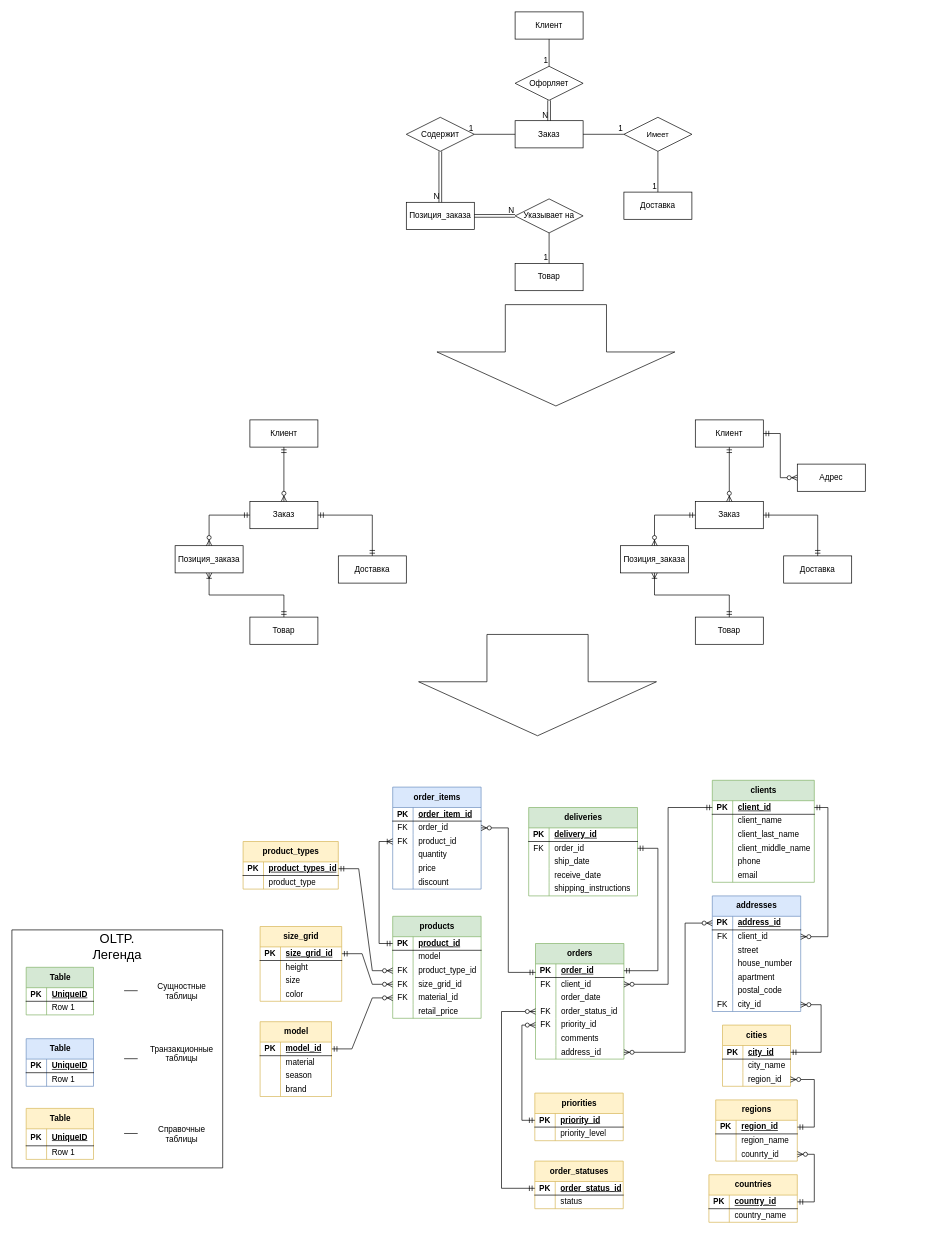
Above: ER-диаграмма.drawio in chibrus/bd_project (draw.io), before the change. Source tidied: cells renumbered, new cells numbered last; positions are measured from the earlier drawing's top-left corner, leaving out a move shared by most shapes. Both pictures are drawn from the tidied source at 68%, with x=0, y=0 at pixel (12, 12).
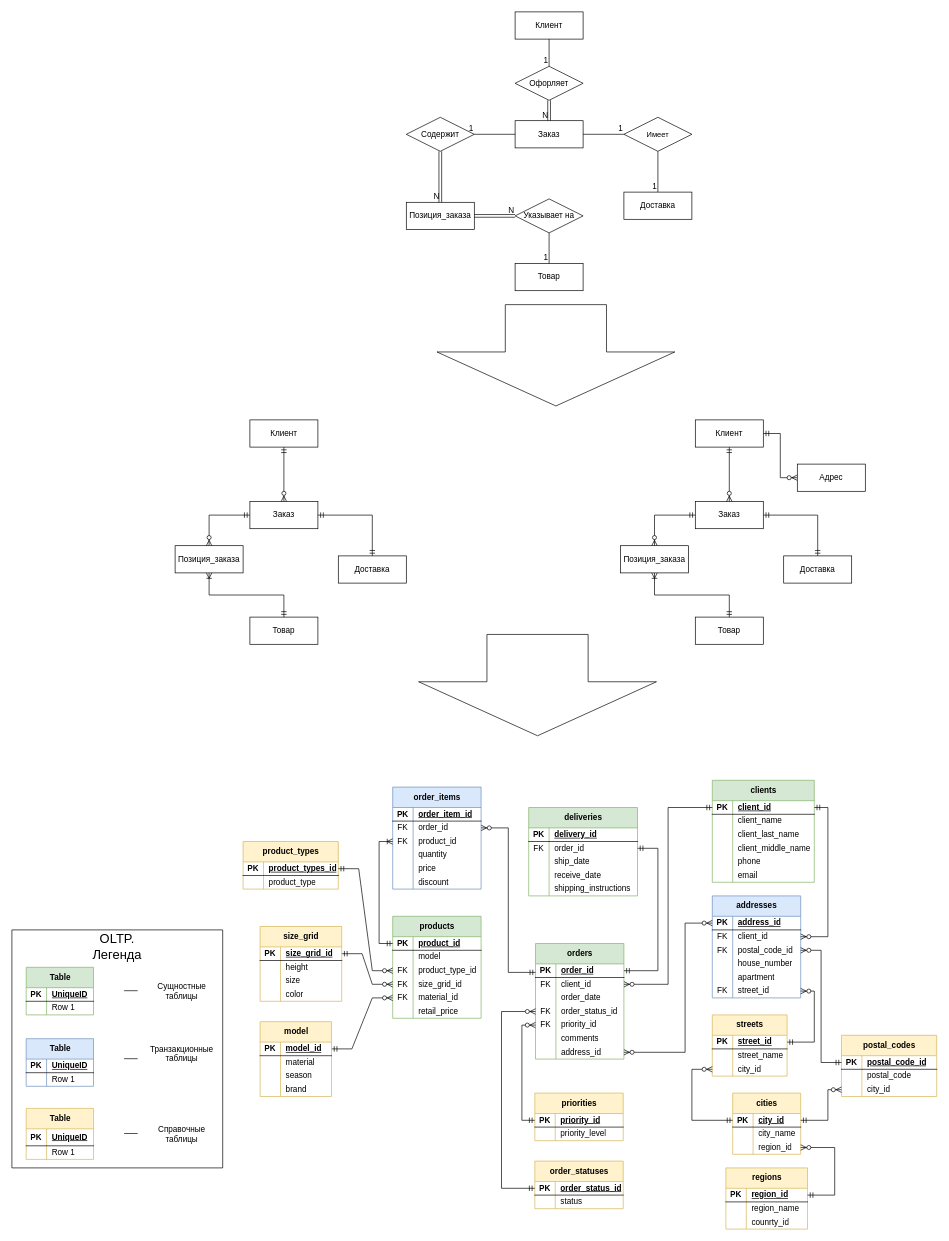
After the change.

The change refers to these unchanged cells:
```xml
<mxCell id="91" style="shape=tableRow;horizontal=0;startSize=0;swimlaneHead=0;swimlaneBody=0;fillColor=none;points=[[0,0.5],[1,0.5]];portConstraint=eastwest;top=0;left=0;right=0;bottom=0;" parent="84" vertex="1">
  <mxGeometry y="70" width="130" height="20" as="geometry" />
</mxCell>
<mxCell id="107" style="shape=tableRow;horizontal=0;startSize=0;swimlaneHead=0;swimlaneBody=0;fillColor=none;points=[[0,0.5],[1,0.5]];portConstraint=eastwest;top=0;left=0;right=0;bottom=1;" parent="106" vertex="1">
  <mxGeometry y="30" width="100" height="20" as="geometry" />
</mxCell>
<mxCell id="113" style="shape=tableRow;horizontal=0;startSize=0;swimlaneHead=0;swimlaneBody=0;fillColor=none;points=[[0,0.5],[1,0.5]];portConstraint=eastwest;top=0;left=0;right=0;bottom=0;" parent="106" vertex="1">
  <mxGeometry y="70" width="100" height="20" as="geometry" />
</mxCell>
<mxCell id="117" style="shape=tableRow;horizontal=0;startSize=0;swimlaneHead=0;swimlaneBody=0;fillColor=none;points=[[0,0.5],[1,0.5]];portConstraint=eastwest;top=0;left=0;right=0;bottom=1;" parent="116" vertex="1">
  <mxGeometry y="30" width="120" height="20" as="geometry" />
</mxCell>
<mxCell id="123" style="shape=tableRow;horizontal=0;startSize=0;swimlaneHead=0;swimlaneBody=0;fillColor=none;points=[[0,0.5],[1,0.5]];portConstraint=eastwest;top=0;left=0;right=0;bottom=0;" parent="116" vertex="1">
  <mxGeometry y="70" width="120" height="20" as="geometry" />
</mxCell>
```

The edit, as a diff of the source:
```diff
@@
     <mxCell id="84" value="addresses" style="shape=table;startSize=30;childLayout=tableLayout;rowLines=0;fontStyle=1;align=center;html=1;fillColor=#dae8fc;strokeColor=#6c8ebf;" parent="1" vertex="1">
-      <mxGeometry x="1030" y="1300" width="130" height="170" as="geometry" />
+      <mxGeometry x="1030" y="1300" width="130" height="150" as="geometry" />
     </mxCell>
@@
-    <mxCell id="92" style="shape=partialRectangle;fillColor=none;top=0;left=0;bottom=0;right=0;overflow=hidden;whiteSpace=wrap;html=1;" parent="91" vertex="1">
-      <mxGeometry width="30" height="20" as="geometry" />
-    </mxCell>
-    <mxCell id="93" value="street" style="shape=partialRectangle;fillColor=none;top=0;left=0;bottom=0;right=0;align=left;spacingLeft=6;overflow=hidden;whiteSpace=wrap;html=1;" parent="91" vertex="1">
-      <mxGeometry x="30" width="100" height="20" as="geometry" />
-    </mxCell>
+    <mxCell id="283" value="FK" style="shape=partialRectangle;fillColor=none;top=0;left=0;bottom=0;right=0;overflow=hidden;whiteSpace=wrap;html=1;" parent="91" vertex="1">
+      <mxGeometry width="30" height="20" as="geometry" />
+    </mxCell>
+    <mxCell id="284" value="postal_code_id" style="shape=partialRectangle;fillColor=none;top=0;left=0;bottom=0;right=0;align=left;spacingLeft=6;overflow=hidden;whiteSpace=wrap;html=1;" parent="91" vertex="1">
+      <mxGeometry x="30" width="100" height="20" as="geometry" />
+    </mxCell>
@@
-    <mxCell id="100" style="shape=tableRow;horizontal=0;startSize=0;swimlaneHead=0;swimlaneBody=0;fillColor=none;top=0;left=0;right=0;bottom=0;" parent="84" vertex="1">
-      <mxGeometry y="130" width="130" height="20" as="geometry" />
-    </mxCell>
-    <mxCell id="101" style="shape=partialRectangle;fillColor=none;top=0;left=0;bottom=0;right=0;overflow=hidden;whiteSpace=wrap;html=1;" parent="100" vertex="1">
-      <mxGeometry width="30" height="20" as="geometry" />
-    </mxCell>
-    <mxCell id="102" value="postal_code" style="shape=partialRectangle;fillColor=none;top=0;left=0;bottom=0;right=0;align=left;spacingLeft=6;overflow=hidden;whiteSpace=wrap;html=1;" parent="100" vertex="1">
-      <mxGeometry x="30" width="100" height="20" as="geometry" />
-    </mxCell>
     <mxCell id="103" style="shape=tableRow;horizontal=0;startSize=0;swimlaneHead=0;swimlaneBody=0;fillColor=none;points=[[0,0.5],[1,0.5]];portConstraint=eastwest;top=0;left=0;right=0;bottom=0;" parent="84" vertex="1">
-      <mxGeometry y="150" width="130" height="20" as="geometry" />
+      <mxGeometry y="130" width="130" height="20" as="geometry" />
     </mxCell>
@@
-    <mxCell id="105" value="city_id" style="shape=partialRectangle;fillColor=none;top=0;left=0;bottom=0;right=0;align=left;spacingLeft=6;overflow=hidden;whiteSpace=wrap;html=1;" parent="103" vertex="1">
+    <mxCell id="105" value="street_id" style="shape=partialRectangle;fillColor=none;top=0;left=0;bottom=0;right=0;align=left;spacingLeft=6;overflow=hidden;whiteSpace=wrap;html=1;" parent="103" vertex="1">
       <mxGeometry x="30" width="100" height="20" as="geometry" />
     </mxCell>
     <mxCell id="106" value="cities" style="shape=table;startSize=30;childLayout=tableLayout;rowLines=0;fontStyle=1;align=center;html=1;fillColor=#fff2cc;strokeColor=#d6b656;" parent="1" vertex="1">
-      <mxGeometry x="1045" y="1490" width="100" height="90" as="geometry" />
+      <mxGeometry x="1060" y="1590" width="100" height="90" as="geometry" />
     </mxCell>
@@
     <mxCell id="116" value="regions" style="shape=table;startSize=30;childLayout=tableLayout;rowLines=0;fontStyle=1;align=center;html=1;fillColor=#fff2cc;strokeColor=#d6b656;" parent="1" vertex="1">
-      <mxGeometry x="1035" y="1600" width="120" height="90" as="geometry" />
+      <mxGeometry x="1050" y="1700" width="120" height="90" as="geometry" />
     </mxCell>
@@
-    <mxCell id="126" value="countries" style="shape=table;startSize=30;childLayout=tableLayout;rowLines=0;fontStyle=1;align=center;html=1;fillColor=#fff2cc;strokeColor=#d6b656;" parent="1" vertex="1">
-      <mxGeometry x="1025" y="1710" width="130" height="70" as="geometry" />
-    </mxCell>
-    <mxCell id="127" style="shape=tableRow;horizontal=0;startSize=0;swimlaneHead=0;swimlaneBody=0;fillColor=none;points=[[0,0.5],[1,0.5]];portConstraint=eastwest;top=0;left=0;right=0;bottom=1;" parent="126" vertex="1">
-      <mxGeometry y="30" width="130" height="20" as="geometry" />
-    </mxCell>
-    <mxCell id="128" value="PK" style="shape=partialRectangle;fillColor=none;top=0;left=0;bottom=0;right=0;fontStyle=1;overflow=hidden;whiteSpace=wrap;html=1;" parent="127" vertex="1">
-      <mxGeometry width="30" height="20" as="geometry" />
-    </mxCell>
-    <mxCell id="129" value="country_id" style="shape=partialRectangle;fillColor=none;top=0;left=0;bottom=0;right=0;align=left;spacingLeft=6;fontStyle=5;overflow=hidden;whiteSpace=wrap;html=1;" parent="127" vertex="1">
-      <mxGeometry x="30" width="100" height="20" as="geometry" />
-    </mxCell>
-    <mxCell id="130" style="shape=tableRow;horizontal=0;startSize=0;swimlaneHead=0;swimlaneBody=0;fillColor=none;top=0;left=0;right=0;bottom=0;" parent="126" vertex="1">
-      <mxGeometry y="50" width="130" height="20" as="geometry" />
-    </mxCell>
-    <mxCell id="131" style="shape=partialRectangle;fillColor=none;top=0;left=0;bottom=0;right=0;overflow=hidden;whiteSpace=wrap;html=1;" parent="130" vertex="1">
-      <mxGeometry width="30" height="20" as="geometry" />
-    </mxCell>
-    <mxCell id="132" value="country_name" style="shape=partialRectangle;fillColor=none;top=0;left=0;bottom=0;right=0;align=left;spacingLeft=6;overflow=hidden;whiteSpace=wrap;html=1;" parent="130" vertex="1">
-      <mxGeometry x="30" width="100" height="20" as="geometry" />
-    </mxCell>
@@
-    <mxCell id="239" style="fontSize=12;html=1;endArrow=ERzeroToMany;startArrow=ERmandOne;rounded=0;exitX=1;exitY=0.5;exitDx=0;exitDy=0;entryX=1;entryY=0.5;entryDx=0;entryDy=0;edgeStyle=orthogonalEdgeStyle;" parent="1" edge="1" source="107" target="103">
-      <mxGeometry relative="1" as="geometry">
-        <Array as="points">
-          <mxPoint x="1190" y="1530" />
-          <mxPoint x="1190" y="1460" />
-        </Array>
-      </mxGeometry>
-    </mxCell>
     <mxCell id="240" style="fontSize=12;html=1;endArrow=ERzeroToMany;startArrow=ERmandOne;rounded=0;exitX=1;exitY=0.5;exitDx=0;exitDy=0;entryX=1;entryY=0.5;entryDx=0;entryDy=0;edgeStyle=orthogonalEdgeStyle;" parent="1" edge="1" source="117" target="113">
       <mxGeometry relative="1" as="geometry">
         <Array as="points">
-          <mxPoint x="1180" y="1640" />
-          <mxPoint x="1180" y="1570" />
+          <mxPoint x="1210" y="1740" />
+          <mxPoint x="1210" y="1670" />
         </Array>
       </mxGeometry>
     </mxCell>
-    <mxCell id="241" style="fontSize=12;html=1;endArrow=ERzeroToMany;startArrow=ERmandOne;rounded=0;exitX=1;exitY=0.5;exitDx=0;exitDy=0;entryX=1;entryY=0.5;entryDx=0;entryDy=0;edgeStyle=orthogonalEdgeStyle;" parent="1" edge="1" source="127" target="123">
-      <mxGeometry relative="1" as="geometry">
-        <Array as="points">
-          <mxPoint x="1180" y="1750" />
-          <mxPoint x="1180" y="1680" />
-        </Array>
-      </mxGeometry>
-    </mxCell>
@@
+    <mxCell id="285" value="streets" style="shape=table;startSize=30;childLayout=tableLayout;rowLines=0;fontStyle=1;align=center;html=1;fillColor=#fff2cc;strokeColor=#d6b656;" parent="1" vertex="1">
+      <mxGeometry x="1030" y="1475" width="110" height="90" as="geometry" />
+    </mxCell>
+    <mxCell id="286" style="shape=tableRow;horizontal=0;startSize=0;swimlaneHead=0;swimlaneBody=0;fillColor=none;points=[[0,0.5],[1,0.5]];portConstraint=eastwest;top=0;left=0;right=0;bottom=1;" parent="285" vertex="1">
+      <mxGeometry y="30" width="110" height="20" as="geometry" />
+    </mxCell>
+    <mxCell id="287" value="PK" style="shape=partialRectangle;fillColor=none;top=0;left=0;bottom=0;right=0;fontStyle=1;overflow=hidden;whiteSpace=wrap;html=1;" parent="286" vertex="1">
+      <mxGeometry width="30" height="20" as="geometry" />
+    </mxCell>
+    <mxCell id="288" value="street_id" style="shape=partialRectangle;fillColor=none;top=0;left=0;bottom=0;right=0;align=left;spacingLeft=6;fontStyle=5;overflow=hidden;whiteSpace=wrap;html=1;" parent="286" vertex="1">
+      <mxGeometry x="30" width="80" height="20" as="geometry" />
+    </mxCell>
+    <mxCell id="289" style="shape=tableRow;horizontal=0;startSize=0;swimlaneHead=0;swimlaneBody=0;fillColor=none;top=0;left=0;right=0;bottom=0;" parent="285" vertex="1">
+      <mxGeometry y="50" width="110" height="20" as="geometry" />
+    </mxCell>
+    <mxCell id="290" style="shape=partialRectangle;fillColor=none;top=0;left=0;bottom=0;right=0;overflow=hidden;whiteSpace=wrap;html=1;" parent="289" vertex="1">
+      <mxGeometry width="30" height="20" as="geometry" />
+    </mxCell>
+    <mxCell id="291" value="street_name" style="shape=partialRectangle;fillColor=none;top=0;left=0;bottom=0;right=0;align=left;spacingLeft=6;overflow=hidden;whiteSpace=wrap;html=1;" parent="289" vertex="1">
+      <mxGeometry x="30" width="80" height="20" as="geometry" />
+    </mxCell>
+    <mxCell id="292" style="shape=tableRow;horizontal=0;startSize=0;swimlaneHead=0;swimlaneBody=0;fillColor=none;points=[[0,0.5],[1,0.5]];portConstraint=eastwest;top=0;left=0;right=0;bottom=0;" parent="285" vertex="1">
+      <mxGeometry y="70" width="110" height="20" as="geometry" />
+    </mxCell>
+    <mxCell id="293" style="shape=partialRectangle;fillColor=none;top=0;left=0;bottom=0;right=0;overflow=hidden;whiteSpace=wrap;html=1;" parent="292" vertex="1">
+      <mxGeometry width="30" height="20" as="geometry" />
+    </mxCell>
+    <mxCell id="294" value="city_id" style="shape=partialRectangle;fillColor=none;top=0;left=0;bottom=0;right=0;align=left;spacingLeft=6;overflow=hidden;whiteSpace=wrap;html=1;" parent="292" vertex="1">
+      <mxGeometry x="30" width="80" height="20" as="geometry" />
+    </mxCell>
+    <mxCell id="295" value="postal_codes" style="shape=table;startSize=30;childLayout=tableLayout;rowLines=0;fontStyle=1;align=center;html=1;fillColor=#fff2cc;strokeColor=#d6b656;" parent="1" vertex="1">
+      <mxGeometry x="1220" y="1505" width="140" height="90" as="geometry" />
+    </mxCell>
+    <mxCell id="296" style="shape=tableRow;horizontal=0;startSize=0;swimlaneHead=0;swimlaneBody=0;fillColor=none;points=[[0,0.5],[1,0.5]];portConstraint=eastwest;top=0;left=0;right=0;bottom=1;" parent="295" vertex="1">
+      <mxGeometry y="30" width="140" height="20" as="geometry" />
+    </mxCell>
+    <mxCell id="297" value="PK" style="shape=partialRectangle;fillColor=none;top=0;left=0;bottom=0;right=0;fontStyle=1;overflow=hidden;whiteSpace=wrap;html=1;" parent="296" vertex="1">
+      <mxGeometry width="30" height="20" as="geometry" />
+    </mxCell>
+    <mxCell id="298" value="postal_code_id" style="shape=partialRectangle;fillColor=none;top=0;left=0;bottom=0;right=0;align=left;spacingLeft=6;fontStyle=5;overflow=hidden;whiteSpace=wrap;html=1;" parent="296" vertex="1">
+      <mxGeometry x="30" width="110" height="20" as="geometry" />
+    </mxCell>
+    <mxCell id="299" style="shape=tableRow;horizontal=0;startSize=0;swimlaneHead=0;swimlaneBody=0;fillColor=none;top=0;left=0;right=0;bottom=0;" parent="295" vertex="1">
+      <mxGeometry y="50" width="140" height="20" as="geometry" />
+    </mxCell>
+    <mxCell id="300" style="shape=partialRectangle;fillColor=none;top=0;left=0;bottom=0;right=0;overflow=hidden;whiteSpace=wrap;html=1;" parent="299" vertex="1">
+      <mxGeometry width="30" height="20" as="geometry" />
+    </mxCell>
+    <mxCell id="102" value="postal_code" style="shape=partialRectangle;fillColor=none;top=0;left=0;bottom=0;right=0;align=left;spacingLeft=6;overflow=hidden;whiteSpace=wrap;html=1;" parent="299" vertex="1">
+      <mxGeometry x="30" width="110" height="20" as="geometry" />
+    </mxCell>
+    <mxCell id="301" style="shape=tableRow;horizontal=0;startSize=0;swimlaneHead=0;swimlaneBody=0;fillColor=none;points=[[0,0.5],[1,0.5]];portConstraint=eastwest;top=0;left=0;right=0;bottom=0;" parent="295" vertex="1">
+      <mxGeometry y="70" width="140" height="20" as="geometry" />
+    </mxCell>
+    <mxCell id="302" style="shape=partialRectangle;fillColor=none;top=0;left=0;bottom=0;right=0;overflow=hidden;whiteSpace=wrap;html=1;" parent="301" vertex="1">
+      <mxGeometry width="30" height="20" as="geometry" />
+    </mxCell>
+    <mxCell id="303" value="city_id" style="shape=partialRectangle;fillColor=none;top=0;left=0;bottom=0;right=0;align=left;spacingLeft=6;overflow=hidden;whiteSpace=wrap;html=1;" parent="301" vertex="1">
+      <mxGeometry x="30" width="110" height="20" as="geometry" />
+    </mxCell>
+    <mxCell id="304" style="fontSize=12;html=1;endArrow=ERzeroToMany;startArrow=ERmandOne;rounded=0;exitX=1;exitY=0.5;exitDx=0;exitDy=0;edgeStyle=orthogonalEdgeStyle;entryX=0;entryY=0.5;entryDx=0;entryDy=0;" parent="1" edge="1" source="107" target="301">
+      <mxGeometry relative="1" as="geometry">
+        <Array as="points">
+          <mxPoint x="1200" y="1630" />
+          <mxPoint x="1200" y="1585" />
+        </Array>
+      </mxGeometry>
+    </mxCell>
+    <mxCell id="305" style="fontSize=12;html=1;endArrow=ERzeroToMany;startArrow=ERmandOne;rounded=0;exitX=0;exitY=0.5;exitDx=0;exitDy=0;entryX=0;entryY=0.5;entryDx=0;entryDy=0;edgeStyle=orthogonalEdgeStyle;" parent="1" edge="1" source="107" target="292">
+      <mxGeometry relative="1" as="geometry">
+        <Array as="points">
+          <mxPoint x="1000" y="1630" />
+          <mxPoint x="1000" y="1555" />
+        </Array>
+      </mxGeometry>
+    </mxCell>
+    <mxCell id="306" style="fontSize=12;html=1;endArrow=ERzeroToMany;startArrow=ERmandOne;rounded=0;exitX=0;exitY=0.5;exitDx=0;exitDy=0;edgeStyle=orthogonalEdgeStyle;entryX=1;entryY=0.5;entryDx=0;entryDy=0;" parent="1" edge="1" source="296" target="91">
+      <mxGeometry relative="1" as="geometry">
+        <Array as="points">
+          <mxPoint x="1190" y="1545" />
+          <mxPoint x="1190" y="1380" />
+        </Array>
+      </mxGeometry>
+    </mxCell>
+    <mxCell id="307" style="fontSize=12;html=1;endArrow=ERzeroToMany;startArrow=ERmandOne;rounded=0;exitX=1;exitY=0.5;exitDx=0;exitDy=0;edgeStyle=orthogonalEdgeStyle;entryX=1;entryY=0.5;entryDx=0;entryDy=0;" parent="1" edge="1" source="286" target="103">
+      <mxGeometry relative="1" as="geometry">
+        <Array as="points">
+          <mxPoint x="1180" y="1515" />
+          <mxPoint x="1180" y="1440" />
+        </Array>
+      </mxGeometry>
+    </mxCell>
```
